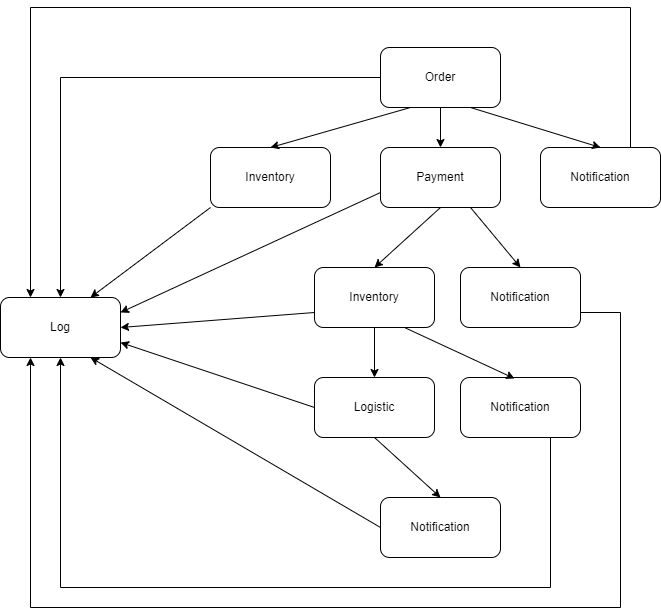
Earlier version of the draw.io export ecommerce-flow.drawio.png (thiagoft/ecommerce-example). Source tidied: cells renumbered, new cells last; positions are measured from the earlier drawing's top-left corner, leaving out a move shared by most shapes.
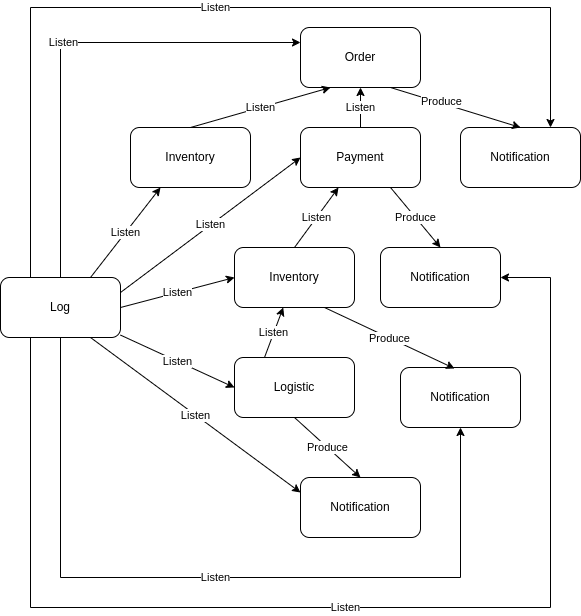
The same file after the commit.

Commit message:
Updating ecommerce services flow

The edit, as a diff of the source:
```diff
@@ -12,7 +12,7 @@
       <mxGeometry x="210" y="140" width="120" height="60" as="geometry" />
     </mxCell>
     <mxCell id="5" value="Log" style="rounded=1;whiteSpace=wrap;html=1;" parent="1" vertex="1">
-      <mxGeometry y="290" width="120" height="60" as="geometry" />
+      <mxGeometry x="80" y="290" width="120" height="60" as="geometry" />
     </mxCell>
     <mxCell id="6" value="Notification" style="rounded=1;whiteSpace=wrap;html=1;" parent="1" vertex="1">
       <mxGeometry x="540" y="140" width="120" height="60" as="geometry" />
@@ -27,81 +27,86 @@
       <mxGeometry x="314" y="370" width="120" height="60" as="geometry" />
     </mxCell>
     <mxCell id="10" value="Notification" style="rounded=1;whiteSpace=wrap;html=1;" parent="1" vertex="1">
-      <mxGeometry x="460" y="370" width="120" height="60" as="geometry" />
+      <mxGeometry x="480" y="380" width="120" height="60" as="geometry" />
     </mxCell>
     <mxCell id="11" value="Notification" style="rounded=1;whiteSpace=wrap;html=1;" parent="1" vertex="1">
       <mxGeometry x="380" y="490" width="120" height="60" as="geometry" />
     </mxCell>
-    <mxCell id="12" style="endArrow=classic;html=1;rounded=0;exitX=0.5;exitY=1;exitDx=0;exitDy=0;" parent="1" edge="1" source="2" target="3">
+    <mxCell id="12" value="Listen" style="endArrow=classic;html=1;rounded=0;entryX=0.5;entryY=1;entryDx=0;entryDy=0;" parent="1" edge="1" source="3" target="2">
       <mxGeometry relative="1" as="geometry" />
     </mxCell>
     <mxCell id="13" style="endArrow=classic;html=1;rounded=0;exitX=0.75;exitY=1;exitDx=0;exitDy=0;entryX=0.5;entryY=0;entryDx=0;entryDy=0;" parent="1" edge="1" source="2" target="6">
       <mxGeometry relative="1" as="geometry" />
     </mxCell>
+    <mxCell id="29" value="Produce" style="edgeLabel;html=1;align=center;verticalAlign=middle;" parent="13" vertex="1">
+      <mxGeometry x="-0.34" relative="1" as="geometry">
+        <mxPoint x="7" as="offset" />
+      </mxGeometry>
+    </mxCell>
-    <mxCell id="14" style="endArrow=classic;html=1;rounded=0;exitX=0.25;exitY=1;exitDx=0;exitDy=0;entryX=0.5;entryY=0;entryDx=0;entryDy=0;" parent="1" edge="1" source="2" target="4">
+    <mxCell id="14" value="Listen" style="endArrow=classic;html=1;rounded=0;exitX=0.5;exitY=0;exitDx=0;exitDy=0;entryX=0.25;entryY=1;entryDx=0;entryDy=0;" parent="1" edge="1" source="4" target="2">
       <mxGeometry relative="1" as="geometry" />
     </mxCell>
-    <mxCell id="15" style="endArrow=classic;html=1;rounded=0;exitX=0.5;exitY=1;exitDx=0;exitDy=0;entryX=0.5;entryY=0;entryDx=0;entryDy=0;" parent="1" edge="1" source="3" target="7">
-      <mxGeometry relative="1" as="geometry" />
-    </mxCell>
-    <mxCell id="16" style="endArrow=classic;html=1;rounded=0;exitX=0.75;exitY=1;exitDx=0;exitDy=0;entryX=0.5;entryY=0;entryDx=0;entryDy=0;" parent="1" edge="1" source="3" target="8">
+    <mxCell id="16" value="Produce" style="endArrow=classic;html=1;rounded=0;exitX=0.75;exitY=1;exitDx=0;exitDy=0;entryX=0.5;entryY=0;entryDx=0;entryDy=0;" parent="1" edge="1" source="3" target="8">
       <mxGeometry relative="1" as="geometry" />
     </mxCell>
-    <mxCell id="17" style="endArrow=classic;html=1;rounded=0;exitX=0.5;exitY=1;exitDx=0;exitDy=0;entryX=0.5;entryY=0;entryDx=0;entryDy=0;" parent="1" edge="1" source="7" target="9">
-      <mxGeometry relative="1" as="geometry" />
-    </mxCell>
-    <mxCell id="18" style="endArrow=classic;html=1;rounded=0;exitX=0.75;exitY=1;exitDx=0;exitDy=0;entryX=0.45;entryY=0.017;entryDx=0;entryDy=0;entryPerimeter=0;" parent="1" edge="1" source="7" target="10">
+    <mxCell id="18" value="Produce" style="endArrow=classic;html=1;rounded=0;exitX=0.75;exitY=1;exitDx=0;exitDy=0;entryX=0.45;entryY=0.017;entryDx=0;entryDy=0;entryPerimeter=0;" parent="1" edge="1" source="7" target="10">
       <mxGeometry relative="1" as="geometry" />
     </mxCell>
-    <mxCell id="19" style="endArrow=classic;html=1;rounded=0;exitX=0.5;exitY=1;exitDx=0;exitDy=0;entryX=0.5;entryY=0;entryDx=0;entryDy=0;" parent="1" edge="1" source="9" target="11">
+    <mxCell id="19" value="Produce" style="endArrow=classic;html=1;rounded=0;exitX=0.5;exitY=1;exitDx=0;exitDy=0;entryX=0.5;entryY=0;entryDx=0;entryDy=0;" parent="1" edge="1" source="9" target="11">
       <mxGeometry relative="1" as="geometry" />
     </mxCell>
-    <mxCell id="20" style="endArrow=classic;html=1;rounded=0;exitX=0;exitY=0.5;exitDx=0;exitDy=0;entryX=0.5;entryY=0;entryDx=0;entryDy=0;" parent="1" edge="1" source="2" target="5">
-      <mxGeometry relative="1" as="geometry">
-        <Array as="points">
-          <mxPoint x="60" y="70" />
-        </Array>
-      </mxGeometry>
-    </mxCell>
-    <mxCell id="21" style="endArrow=classic;html=1;rounded=0;exitX=0;exitY=1;exitDx=0;exitDy=0;entryX=0.75;entryY=0;entryDx=0;entryDy=0;" parent="1" edge="1" source="4" target="5">
-      <mxGeometry relative="1" as="geometry" />
-    </mxCell>
-    <mxCell id="22" style="endArrow=classic;html=1;rounded=0;exitX=0;exitY=0.75;exitDx=0;exitDy=0;entryX=1;entryY=0.25;entryDx=0;entryDy=0;" parent="1" edge="1" source="3" target="5">
-      <mxGeometry relative="1" as="geometry" />
-    </mxCell>
-    <mxCell id="23" style="endArrow=classic;html=1;rounded=0;exitX=0.75;exitY=0;exitDx=0;exitDy=0;entryX=0.25;entryY=0;entryDx=0;entryDy=0;" parent="1" edge="1" source="6" target="5">
-      <mxGeometry relative="1" as="geometry">
-        <Array as="points">
-          <mxPoint x="630" />
-          <mxPoint x="30" />
-        </Array>
-      </mxGeometry>
-    </mxCell>
-    <mxCell id="24" style="endArrow=classic;html=1;rounded=0;exitX=0;exitY=0.75;exitDx=0;exitDy=0;entryX=1;entryY=0.5;entryDx=0;entryDy=0;" parent="1" edge="1" source="7" target="5">
-      <mxGeometry relative="1" as="geometry" />
-    </mxCell>
-    <mxCell id="25" style="endArrow=classic;html=1;rounded=0;exitX=1;exitY=0.75;exitDx=0;exitDy=0;entryX=0.25;entryY=1;entryDx=0;entryDy=0;" parent="1" edge="1" source="8" target="5">
-      <mxGeometry relative="1" as="geometry">
-        <Array as="points">
-          <mxPoint x="620" y="305" />
-          <mxPoint x="620" y="600" />
-          <mxPoint x="30" y="600" />
-        </Array>
-      </mxGeometry>
-    </mxCell>
-    <mxCell id="26" style="endArrow=classic;html=1;rounded=0;exitX=0;exitY=0.5;exitDx=0;exitDy=0;entryX=1;entryY=0.75;entryDx=0;entryDy=0;" parent="1" edge="1" source="9" target="5">
-      <mxGeometry relative="1" as="geometry" />
-    </mxCell>
-    <mxCell id="27" style="endArrow=classic;html=1;rounded=0;exitX=0.75;exitY=1;exitDx=0;exitDy=0;entryX=0.5;entryY=1;entryDx=0;entryDy=0;" parent="1" edge="1" source="10" target="5">
-      <mxGeometry relative="1" as="geometry">
-        <Array as="points">
-          <mxPoint x="550" y="580" />
-          <mxPoint x="60" y="580" />
-        </Array>
-      </mxGeometry>
-    </mxCell>
-    <mxCell id="28" style="endArrow=classic;html=1;rounded=0;exitX=0;exitY=0.5;exitDx=0;exitDy=0;entryX=0.75;entryY=1;entryDx=0;entryDy=0;" parent="1" edge="1" source="11" target="5">
-      <mxGeometry relative="1" as="geometry" />
-    </mxCell>
+    <mxCell id="30" value="Listen" style="endArrow=classic;html=1;rounded=0;exitX=0.5;exitY=0;exitDx=0;exitDy=0;" parent="1" edge="1" source="7" target="3">
+      <mxGeometry relative="1" as="geometry" />
+    </mxCell>
+    <mxCell id="31" value="Listen" style="endArrow=classic;html=1;rounded=0;exitX=0.25;exitY=0;exitDx=0;exitDy=0;" parent="1" edge="1" source="9" target="7">
+      <mxGeometry relative="1" as="geometry" />
+    </mxCell>
+    <mxCell id="32" value="Listen" style="endArrow=classic;html=1;rounded=0;exitX=0.5;exitY=0;exitDx=0;exitDy=0;entryX=0;entryY=0.25;entryDx=0;entryDy=0;" parent="1" edge="1" source="5" target="2">
+      <mxGeometry relative="1" as="geometry">
+        <Array as="points">
+          <mxPoint x="140" y="55" />
+        </Array>
+      </mxGeometry>
+    </mxCell>
+    <mxCell id="33" value="Listen" style="endArrow=classic;html=1;rounded=0;exitX=0.75;exitY=0;exitDx=0;exitDy=0;entryX=0.25;entryY=1;entryDx=0;entryDy=0;" parent="1" edge="1" source="5" target="4">
+      <mxGeometry relative="1" as="geometry" />
+    </mxCell>
+    <mxCell id="34" value="Listen" style="endArrow=classic;html=1;rounded=0;exitX=1;exitY=0.25;exitDx=0;exitDy=0;entryX=0;entryY=0.5;entryDx=0;entryDy=0;" parent="1" edge="1" source="5" target="3">
+      <mxGeometry relative="1" as="geometry" />
+    </mxCell>
+    <mxCell id="35" value="Listen" style="endArrow=classic;html=1;rounded=0;exitX=1;exitY=0.5;exitDx=0;exitDy=0;entryX=0;entryY=0.5;entryDx=0;entryDy=0;" parent="1" edge="1" source="5" target="7">
+      <mxGeometry relative="1" as="geometry" />
+    </mxCell>
+    <mxCell id="36" value="Listen" style="endArrow=classic;html=1;rounded=0;entryX=0;entryY=0.5;entryDx=0;entryDy=0;" parent="1" edge="1" source="5" target="9">
+      <mxGeometry relative="1" as="geometry" />
+    </mxCell>
+    <mxCell id="37" value="Listen" style="endArrow=classic;html=1;rounded=0;exitX=0.75;exitY=1;exitDx=0;exitDy=0;entryX=0;entryY=0.25;entryDx=0;entryDy=0;" parent="1" edge="1" source="5" target="11">
+      <mxGeometry relative="1" as="geometry" />
+    </mxCell>
+    <mxCell id="38" value="Listen" style="endArrow=classic;html=1;rounded=0;exitX=0.5;exitY=1;exitDx=0;exitDy=0;entryX=0.5;entryY=1;entryDx=0;entryDy=0;" parent="1" edge="1" source="5" target="10">
+      <mxGeometry relative="1" as="geometry">
+        <Array as="points">
+          <mxPoint x="140" y="590" />
+          <mxPoint x="540" y="590" />
+        </Array>
+      </mxGeometry>
+    </mxCell>
+    <mxCell id="39" value="Listen" style="endArrow=classic;html=1;rounded=0;exitX=0.25;exitY=1;exitDx=0;exitDy=0;entryX=1;entryY=0.5;entryDx=0;entryDy=0;" parent="1" edge="1" source="5" target="8">
+      <mxGeometry relative="1" as="geometry">
+        <Array as="points">
+          <mxPoint x="110" y="620" />
+          <mxPoint x="630" y="620" />
+          <mxPoint x="630" y="290" />
+        </Array>
+      </mxGeometry>
+    </mxCell>
+    <mxCell id="40" value="Listen" style="endArrow=classic;html=1;rounded=0;entryX=0.75;entryY=0;entryDx=0;entryDy=0;exitX=0.25;exitY=0;exitDx=0;exitDy=0;" parent="1" edge="1" source="5" target="6">
+      <mxGeometry relative="1" as="geometry">
+        <Array as="points">
+          <mxPoint x="110" y="20" />
+          <mxPoint x="630" y="20" />
+        </Array>
+      </mxGeometry>
+    </mxCell>
   </root>
 </mxGraphModel>
```
